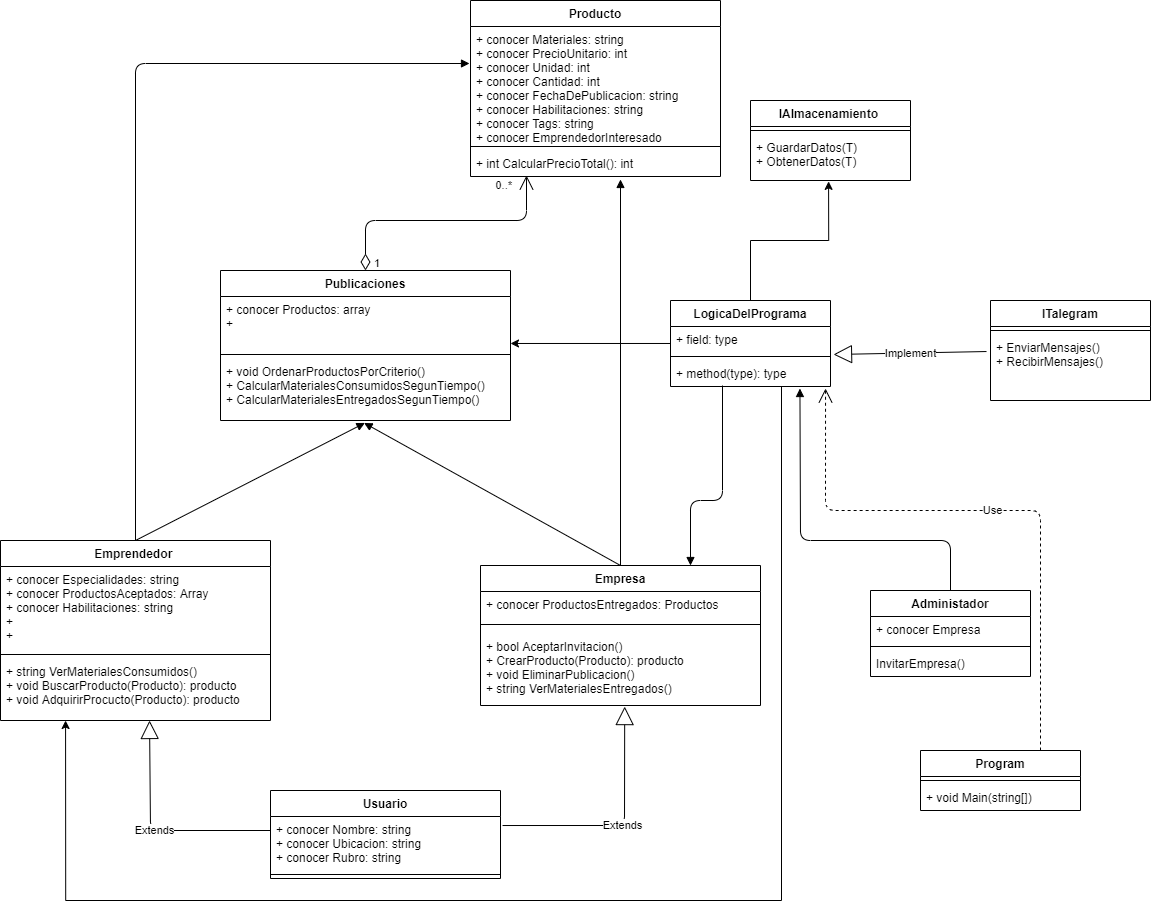
The draw.io diagram Docs/UML de Proyecto kick-off.drawio.png in P2NullGrupo16/Proyecto_Kick-Off, before a commit. Source tidied: cells renumbered, new cells last; positions are measured from the earlier drawing's top-left corner, leaving out a move shared by most shapes.
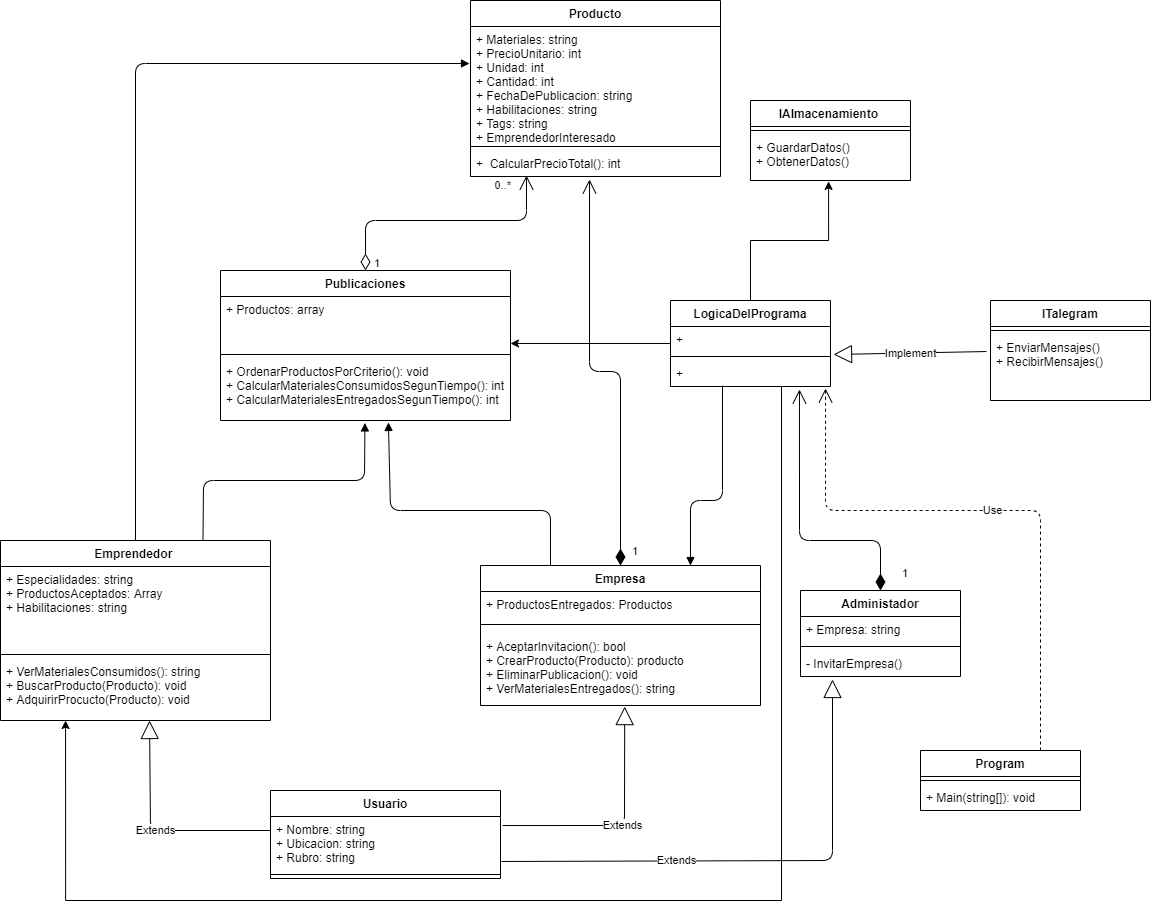
The same diagram one commit later.

Diff of the diagram source:
```diff
@@ -3,45 +3,45 @@
     <mxCell id="0" />
     <mxCell id="1" parent="0" />
     <mxCell id="2" value="Administador" style="swimlane;fontStyle=1;align=center;verticalAlign=top;horizontal=1;startSize=26;" parent="1" vertex="1">
-      <mxGeometry x="870" y="590" width="160" height="86" as="geometry" />
+      <mxGeometry x="800" y="590" width="160" height="86" as="geometry" />
     </mxCell>
-    <mxCell id="3" value="+ conocer Empresa" style="text;strokeColor=none;fillColor=none;align=left;verticalAlign=top;spacingLeft=4;spacingRight=4;overflow=hidden;" parent="2" vertex="1">
+    <mxCell id="3" value="+ Empresa: string" style="text;strokeColor=none;fillColor=none;align=left;verticalAlign=top;spacingLeft=4;spacingRight=4;overflow=hidden;" parent="2" vertex="1">
       <mxGeometry y="26" width="160" height="26" as="geometry" />
     </mxCell>
     <mxCell id="4" style="line;strokeWidth=1;fillColor=none;align=left;verticalAlign=middle;spacingTop=-1;spacingLeft=3;spacingRight=3;labelPosition=right;" parent="2" vertex="1">
       <mxGeometry y="52" width="160" height="8" as="geometry" />
     </mxCell>
-    <mxCell id="5" value="InvitarEmpresa()" style="text;strokeColor=none;fillColor=none;align=left;verticalAlign=top;spacingLeft=4;spacingRight=4;overflow=hidden;points=[[0,0.5],[1,0.5]];portConstraint=eastwest;" parent="2" vertex="1">
+    <mxCell id="5" value="- InvitarEmpresa()" style="text;strokeColor=none;fillColor=none;align=left;verticalAlign=top;spacingLeft=4;spacingRight=4;overflow=hidden;points=[[0,0.5],[1,0.5]];portConstraint=eastwest;" parent="2" vertex="1">
       <mxGeometry y="60" width="160" height="26" as="geometry" />
     </mxCell>
     <mxCell id="6" value="Emprendedor " style="swimlane;fontStyle=1;align=center;verticalAlign=top;horizontal=1;startSize=26;" parent="1" vertex="1">
       <mxGeometry y="540" width="270" height="180" as="geometry" />
     </mxCell>
-    <mxCell id="7" value="+ conocer Especialidades: string&#10;+ conocer ProductosAceptados: Array&#10;+ conocer Habilitaciones: string&#10;+&#10;+" style="text;strokeColor=none;fillColor=none;align=left;verticalAlign=top;spacingLeft=4;spacingRight=4;overflow=hidden;" parent="6" vertex="1">
+    <mxCell id="7" value="+ Especialidades: string&#10;+ ProductosAceptados: Array&#10;+ Habilitaciones: string&#10;&#10;" style="text;strokeColor=none;fillColor=none;align=left;verticalAlign=top;spacingLeft=4;spacingRight=4;overflow=hidden;" parent="6" vertex="1">
       <mxGeometry y="26" width="270" height="84" as="geometry" />
     </mxCell>
     <mxCell id="8" style="line;strokeWidth=1;fillColor=none;align=left;verticalAlign=middle;spacingTop=-1;spacingLeft=3;spacingRight=3;labelPosition=right;" parent="6" vertex="1">
       <mxGeometry y="110" width="270" height="8" as="geometry" />
     </mxCell>
-    <mxCell id="9" value="+ string VerMaterialesConsumidos()&#10;+ void BuscarProducto(Producto): producto&#10;+ void AdquirirProcucto(Producto): producto&#10; &#10;&#10;&#10;" style="text;strokeColor=none;fillColor=none;align=left;verticalAlign=top;spacingLeft=4;spacingRight=4;overflow=hidden;points=[[0,0.5],[1,0.5]];portConstraint=eastwest;" parent="6" vertex="1">
+    <mxCell id="9" value="+ VerMaterialesConsumidos(): string&#10;+ BuscarProducto(Producto): void&#10;+ AdquirirProcucto(Producto): void&#10; &#10;&#10;&#10;" style="text;strokeColor=none;fillColor=none;align=left;verticalAlign=top;spacingLeft=4;spacingRight=4;overflow=hidden;points=[[0,0.5],[1,0.5]];portConstraint=eastwest;" parent="6" vertex="1">
       <mxGeometry y="118" width="270" height="62" as="geometry" />
     </mxCell>
     <mxCell id="10" value="Empresa" style="swimlane;fontStyle=1;align=center;verticalAlign=top;horizontal=1;startSize=26;" parent="1" vertex="1">
       <mxGeometry x="480" y="565" width="280" height="140" as="geometry" />
     </mxCell>
-    <mxCell id="11" value="+ conocer ProductosEntregados: Productos&#10;&#10;" style="text;strokeColor=none;fillColor=none;align=left;verticalAlign=top;spacingLeft=4;spacingRight=4;overflow=hidden;" parent="10" vertex="1">
+    <mxCell id="11" value="+ ProductosEntregados: Productos&#10;&#10;" style="text;strokeColor=none;fillColor=none;align=left;verticalAlign=top;spacingLeft=4;spacingRight=4;overflow=hidden;" parent="10" vertex="1">
       <mxGeometry y="26" width="280" height="24" as="geometry" />
     </mxCell>
     <mxCell id="12" style="line;strokeWidth=1;fillColor=none;align=left;verticalAlign=middle;spacingTop=-1;spacingLeft=3;spacingRight=3;labelPosition=right;" parent="10" vertex="1">
       <mxGeometry y="50" width="280" height="18" as="geometry" />
     </mxCell>
-    <mxCell id="13" value="+ bool AceptarInvitacion()&#10;+ CrearProducto(Producto): producto&#10;+ void EliminarPublicacion()&#10;+ string VerMaterialesEntregados()&#10;" style="text;strokeColor=none;fillColor=none;align=left;verticalAlign=top;spacingLeft=4;spacingRight=4;overflow=hidden;points=[[0,0.5],[1,0.5]];portConstraint=eastwest;" parent="10" vertex="1">
+    <mxCell id="13" value="+ AceptarInvitacion(): bool&#10;+ CrearProducto(Producto): producto&#10;+ EliminarPublicacion(): void&#10;+ VerMaterialesEntregados(): string&#10;" style="text;strokeColor=none;fillColor=none;align=left;verticalAlign=top;spacingLeft=4;spacingRight=4;overflow=hidden;points=[[0,0.5],[1,0.5]];portConstraint=eastwest;" parent="10" vertex="1">
       <mxGeometry y="68" width="280" height="72" as="geometry" />
     </mxCell>
     <mxCell id="14" value="Usuario" style="swimlane;fontStyle=1;align=center;verticalAlign=top;horizontal=1;startSize=26;" parent="1" vertex="1">
       <mxGeometry x="270" y="790" width="230" height="88" as="geometry" />
     </mxCell>
-    <mxCell id="15" value="+ conocer Nombre: string&#10;+ conocer Ubicacion: string&#10;+ conocer Rubro: string" style="text;strokeColor=none;fillColor=none;align=left;verticalAlign=top;spacingLeft=4;spacingRight=4;overflow=hidden;points=[[0,0.5],[1,0.5]];portConstraint=eastwest;" parent="14" vertex="1">
+    <mxCell id="15" value="+ Nombre: string&#10;+ Ubicacion: string&#10;+ Rubro: string" style="text;strokeColor=none;fillColor=none;align=left;verticalAlign=top;spacingLeft=4;spacingRight=4;overflow=hidden;points=[[0,0.5],[1,0.5]];portConstraint=eastwest;" parent="14" vertex="1">
       <mxGeometry y="26" width="230" height="54" as="geometry" />
     </mxCell>
     <mxCell id="16" style="line;strokeWidth=1;fillColor=none;align=left;verticalAlign=middle;spacingTop=-1;spacingLeft=3;spacingRight=3;labelPosition=right;" parent="14" vertex="1">
@@ -50,25 +50,25 @@
     <mxCell id="17" value="Producto" style="swimlane;fontStyle=1;align=center;verticalAlign=top;horizontal=1;startSize=26;" parent="1" vertex="1">
       <mxGeometry x="470" width="250" height="176" as="geometry" />
     </mxCell>
-    <mxCell id="18" value="+ conocer Materiales: string&#10;+ conocer PrecioUnitario: int&#10;+ conocer Unidad: int&#10;+ conocer Cantidad: int&#10;+ conocer FechaDePublicacion: string&#10;+ conocer Habilitaciones: string&#10;+ conocer Tags: string&#10;+ conocer EmprendedorInteresado" style="text;strokeColor=none;fillColor=none;align=left;verticalAlign=top;spacingLeft=4;spacingRight=4;overflow=hidden;points=[[0,0.5],[1,0.5]];portConstraint=eastwest;" parent="17" vertex="1">
+    <mxCell id="18" value="+ Materiales: string&#10;+ PrecioUnitario: int&#10;+ Unidad: int&#10;+ Cantidad: int&#10;+ FechaDePublicacion: string&#10;+ Habilitaciones: string&#10;+ Tags: string&#10;+ EmprendedorInteresado" style="text;strokeColor=none;fillColor=none;align=left;verticalAlign=top;spacingLeft=4;spacingRight=4;overflow=hidden;points=[[0,0.5],[1,0.5]];portConstraint=eastwest;" parent="17" vertex="1">
       <mxGeometry y="26" width="250" height="116" as="geometry" />
     </mxCell>
     <mxCell id="19" style="line;strokeWidth=1;fillColor=none;align=left;verticalAlign=middle;spacingTop=-1;spacingLeft=3;spacingRight=3;labelPosition=right;" parent="17" vertex="1">
       <mxGeometry y="142" width="250" height="8" as="geometry" />
     </mxCell>
-    <mxCell id="20" value="+ int CalcularPrecioTotal(): int" style="text;strokeColor=none;fillColor=none;align=left;verticalAlign=top;spacingLeft=4;spacingRight=4;overflow=hidden;points=[[0,0.5],[1,0.5]];portConstraint=eastwest;" parent="17" vertex="1">
+    <mxCell id="20" value="+  CalcularPrecioTotal(): int" style="text;strokeColor=none;fillColor=none;align=left;verticalAlign=top;spacingLeft=4;spacingRight=4;overflow=hidden;points=[[0,0.5],[1,0.5]];portConstraint=eastwest;" parent="17" vertex="1">
       <mxGeometry y="150" width="250" height="26" as="geometry" />
     </mxCell>
     <mxCell id="21" value="Publicaciones" style="swimlane;fontStyle=1;align=center;verticalAlign=top;horizontal=1;startSize=26;" parent="1" vertex="1">
       <mxGeometry x="220" y="270" width="290" height="150" as="geometry" />
     </mxCell>
-    <mxCell id="22" value="+ conocer Productos: array&#10;+" style="text;strokeColor=none;fillColor=none;align=left;verticalAlign=top;spacingLeft=4;spacingRight=4;overflow=hidden;points=[[0,0.5],[1,0.5]];portConstraint=eastwest;" parent="21" vertex="1">
+    <mxCell id="22" value="+ Productos: array&#10;" style="text;strokeColor=none;fillColor=none;align=left;verticalAlign=top;spacingLeft=4;spacingRight=4;overflow=hidden;points=[[0,0.5],[1,0.5]];portConstraint=eastwest;" parent="21" vertex="1">
       <mxGeometry y="26" width="290" height="54" as="geometry" />
     </mxCell>
     <mxCell id="23" style="line;strokeWidth=1;fillColor=none;align=left;verticalAlign=middle;spacingTop=-1;spacingLeft=3;spacingRight=3;labelPosition=right;" parent="21" vertex="1">
       <mxGeometry y="80" width="290" height="8" as="geometry" />
     </mxCell>
-    <mxCell id="24" value="+ void OrdenarProductosPorCriterio()&#10;+ CalcularMaterialesConsumidosSegunTiempo()&#10;+ CalcularMaterialesEntregadosSegunTiempo()&#10;" style="text;strokeColor=none;fillColor=none;align=left;verticalAlign=top;spacingLeft=4;spacingRight=4;overflow=hidden;points=[[0,0.5],[1,0.5]];portConstraint=eastwest;" parent="21" vertex="1">
+    <mxCell id="24" value="+ OrdenarProductosPorCriterio(): void&#10;+ CalcularMaterialesConsumidosSegunTiempo(): int&#10;+ CalcularMaterialesEntregadosSegunTiempo(): int&#10;" style="text;strokeColor=none;fillColor=none;align=left;verticalAlign=top;spacingLeft=4;spacingRight=4;overflow=hidden;points=[[0,0.5],[1,0.5]];portConstraint=eastwest;" parent="21" vertex="1">
       <mxGeometry y="88" width="290" height="62" as="geometry" />
     </mxCell>
     <mxCell id="25" value="ITalegram" style="swimlane;fontStyle=1;align=center;verticalAlign=top;horizontal=1;startSize=26;" parent="1" vertex="1">
@@ -89,13 +89,13 @@
     <mxCell id="30" value="LogicaDelPrograma" style="swimlane;fontStyle=1;align=center;verticalAlign=top;horizontal=1;startSize=26;" parent="1" vertex="1">
       <mxGeometry x="670" y="300" width="160" height="86" as="geometry" />
     </mxCell>
-    <mxCell id="31" value="+ field: type" style="text;strokeColor=none;fillColor=none;align=left;verticalAlign=top;spacingLeft=4;spacingRight=4;overflow=hidden;points=[[0,0.5],[1,0.5]];portConstraint=eastwest;" parent="30" vertex="1">
+    <mxCell id="31" value="+    " style="text;strokeColor=none;fillColor=none;align=left;verticalAlign=top;spacingLeft=4;spacingRight=4;overflow=hidden;points=[[0,0.5],[1,0.5]];portConstraint=eastwest;" parent="30" vertex="1">
       <mxGeometry y="26" width="160" height="26" as="geometry" />
     </mxCell>
     <mxCell id="32" style="line;strokeWidth=1;fillColor=none;align=left;verticalAlign=middle;spacingTop=-1;spacingLeft=3;spacingRight=3;labelPosition=right;" parent="30" vertex="1">
       <mxGeometry y="52" width="160" height="8" as="geometry" />
     </mxCell>
-    <mxCell id="33" value="+ method(type): type" style="text;strokeColor=none;fillColor=none;align=left;verticalAlign=top;spacingLeft=4;spacingRight=4;overflow=hidden;points=[[0,0.5],[1,0.5]];portConstraint=eastwest;" parent="30" vertex="1">
+    <mxCell id="33" value="+ " style="text;strokeColor=none;fillColor=none;align=left;verticalAlign=top;spacingLeft=4;spacingRight=4;overflow=hidden;points=[[0,0.5],[1,0.5]];portConstraint=eastwest;" parent="30" vertex="1">
       <mxGeometry y="60" width="160" height="26" as="geometry" />
     </mxCell>
     <mxCell id="34" value="Program" style="swimlane;fontStyle=1;align=center;verticalAlign=top;horizontal=1;startSize=26;" parent="1" vertex="1">
@@ -104,7 +104,7 @@
     <mxCell id="35" style="line;strokeWidth=1;fillColor=none;align=left;verticalAlign=middle;spacingTop=-1;spacingLeft=3;spacingRight=3;labelPosition=right;" parent="34" vertex="1">
       <mxGeometry y="26" width="160" height="8" as="geometry" />
     </mxCell>
-    <mxCell id="36" value="+ void Main(string[])" style="text;strokeColor=none;fillColor=none;align=left;verticalAlign=top;spacingLeft=4;spacingRight=4;overflow=hidden;" parent="34" vertex="1">
+    <mxCell id="36" value="+ Main(string[]): void" style="text;strokeColor=none;fillColor=none;align=left;verticalAlign=top;spacingLeft=4;spacingRight=4;overflow=hidden;" parent="34" vertex="1">
       <mxGeometry y="34" width="160" height="26" as="geometry" />
     </mxCell>
     <mxCell id="37" value="Extends" style="endArrow=block;endSize=16;endFill=0;html=1;entryX=0.515;entryY=1.015;entryDx=0;entryDy=0;entryPerimeter=0;exitX=1.009;exitY=0.167;exitDx=0;exitDy=0;exitPerimeter=0;" parent="1" edge="1" source="15" target="13">
@@ -122,23 +122,22 @@
         </Array>
       </mxGeometry>
     </mxCell>
-    <mxCell id="39" style="html=1;verticalAlign=bottom;endArrow=block;exitX=0.5;exitY=0;exitDx=0;exitDy=0;entryX=0.495;entryY=1.039;entryDx=0;entryDy=0;entryPerimeter=0;" parent="1" edge="1" source="10" target="24">
-      <mxGeometry relative="1" as="geometry" />
+    <mxCell id="39" style="html=1;verticalAlign=bottom;endArrow=block;exitX=0.25;exitY=0;exitDx=0;exitDy=0;entryX=0.579;entryY=1.032;entryDx=0;entryDy=0;entryPerimeter=0;" parent="1" edge="1" source="10" target="24">
+      <mxGeometry relative="1" as="geometry">
+        <Array as="points">
+          <mxPoint x="550" y="510" />
+          <mxPoint x="390" y="510" />
+        </Array>
+      </mxGeometry>
     </mxCell>
-    <mxCell id="40" style="html=1;verticalAlign=bottom;endArrow=block;exitX=0.5;exitY=0;exitDx=0;exitDy=0;entryX=0.498;entryY=1.039;entryDx=0;entryDy=0;entryPerimeter=0;" parent="1" edge="1" source="6" target="24">
-      <mxGeometry relative="1" as="geometry" />
+    <mxCell id="40" style="html=1;verticalAlign=bottom;endArrow=block;exitX=0.75;exitY=0;exitDx=0;exitDy=0;entryX=0.498;entryY=1.039;entryDx=0;entryDy=0;entryPerimeter=0;" parent="1" edge="1" source="6" target="24">
+      <mxGeometry relative="1" as="geometry">
+        <Array as="points">
+          <mxPoint x="203" y="480" />
+          <mxPoint x="364" y="480" />
+        </Array>
+      </mxGeometry>
     </mxCell>
-    <mxCell id="41" style="html=1;verticalAlign=bottom;endArrow=block;entryX=0.809;entryY=1.077;entryDx=0;entryDy=0;entryPerimeter=0;exitX=0.5;exitY=0;exitDx=0;exitDy=0;" parent="1" edge="1" source="2" target="33">
-      <mxGeometry relative="1" as="geometry">
-        <Array as="points">
-          <mxPoint x="950" y="540" />
-          <mxPoint x="800" y="540" />
-        </Array>
-      </mxGeometry>
-    </mxCell>
-    <mxCell id="42" style="html=1;verticalAlign=bottom;endArrow=block;exitX=0.5;exitY=0;exitDx=0;exitDy=0;entryX=0.6;entryY=1.115;entryDx=0;entryDy=0;entryPerimeter=0;" parent="1" edge="1" source="10" target="20">
-      <mxGeometry relative="1" as="geometry" />
-    </mxCell>
     <mxCell id="43" style="html=1;verticalAlign=bottom;endArrow=block;exitX=0.325;exitY=0.962;exitDx=0;exitDy=0;exitPerimeter=0;entryX=0.75;entryY=0;entryDx=0;entryDy=0;" parent="1" edge="1" source="33" target="10">
       <mxGeometry x="-0.05" y="10" relative="1" as="geometry">
         <Array as="points">
@@ -186,7 +185,7 @@
     <mxCell id="50" style="line;strokeWidth=1;fillColor=none;align=left;verticalAlign=middle;spacingTop=-1;spacingLeft=3;spacingRight=3;labelPosition=right;" parent="49" vertex="1">
       <mxGeometry y="26" width="160" height="8" as="geometry" />
     </mxCell>
-    <mxCell id="51" value="+ GuardarDatos(T)&#10;+ ObtenerDatos(T) " style="text;strokeColor=none;fillColor=none;align=left;verticalAlign=top;spacingLeft=4;spacingRight=4;overflow=hidden;points=[[0,0.5],[1,0.5]];portConstraint=eastwest;" parent="49" vertex="1">
+    <mxCell id="51" value="+ GuardarDatos()&#10;+ ObtenerDatos() " style="text;strokeColor=none;fillColor=none;align=left;verticalAlign=top;spacingLeft=4;spacingRight=4;overflow=hidden;points=[[0,0.5],[1,0.5]];portConstraint=eastwest;" parent="49" vertex="1">
       <mxGeometry y="34" width="160" height="46" as="geometry" />
     </mxCell>
     <mxCell id="52" value="Use" style="endArrow=open;endSize=12;dashed=1;html=1;exitX=0.75;exitY=0;exitDx=0;exitDy=0;entryX=0.969;entryY=1.077;entryDx=0;entryDy=0;entryPerimeter=0;" parent="1" edge="1" source="34" target="33">
@@ -200,5 +199,28 @@
     <mxCell id="53" value="Implement" style="endArrow=block;endSize=16;endFill=0;html=1;exitX=-0.025;exitY=0.258;exitDx=0;exitDy=0;exitPerimeter=0;entryX=1.019;entryY=1.077;entryDx=0;entryDy=0;entryPerimeter=0;" parent="1" edge="1" source="27" target="31">
       <mxGeometry relative="1" as="geometry" />
     </mxCell>
+    <mxCell id="42" value="1" style="endArrow=open;html=1;endSize=12;startArrow=diamondThin;startSize=14;startFill=1;edgeStyle=orthogonalEdgeStyle;align=left;verticalAlign=bottom;exitX=0.5;exitY=0;exitDx=0;exitDy=0;entryX=0.476;entryY=1.115;entryDx=0;entryDy=0;entryPerimeter=0;" parent="1" edge="1" source="10" target="20">
+      <mxGeometry x="-0.98" y="-10" relative="1" as="geometry">
+        <Array as="points">
+          <mxPoint x="620" y="371" />
+          <mxPoint x="589" y="371" />
+        </Array>
+      </mxGeometry>
+    </mxCell>
+    <mxCell id="54" value="Extends" style="endArrow=block;endSize=16;endFill=0;html=1;entryX=0.2;entryY=1.115;entryDx=0;entryDy=0;entryPerimeter=0;exitX=1.004;exitY=0.833;exitDx=0;exitDy=0;exitPerimeter=0;" parent="1" edge="1" source="15" target="5">
+      <mxGeometry x="-0.32" relative="1" as="geometry">
+        <Array as="points">
+          <mxPoint x="832" y="860" />
+        </Array>
+      </mxGeometry>
+    </mxCell>
+    <mxCell id="41" value="1" style="endArrow=open;html=1;endSize=12;startArrow=diamondThin;startSize=14;startFill=1;edgeStyle=orthogonalEdgeStyle;align=left;verticalAlign=bottom;exitX=0.5;exitY=0;exitDx=0;exitDy=0;entryX=0.806;entryY=1.115;entryDx=0;entryDy=0;entryPerimeter=0;" parent="1" edge="1" source="2" target="33">
+      <mxGeometry x="-0.94" y="-20" relative="1" as="geometry">
+        <Array as="points">
+          <mxPoint x="880" y="540" />
+          <mxPoint x="799" y="540" />
+        </Array>
+      </mxGeometry>
+    </mxCell>
   </root>
 </mxGraphModel>
```
